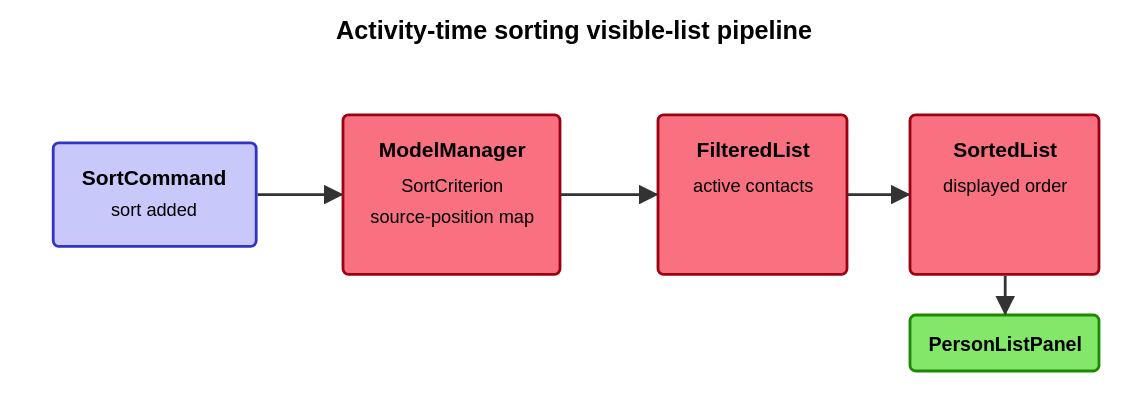
Earlier version of the PlantUML export docs/images/SortPipelineDiagram.svg (AY2627S1-CS2103T-W12-2/tp). Its source is kept beside it as docs/diagrams/SortPipelineDiagram.puml.
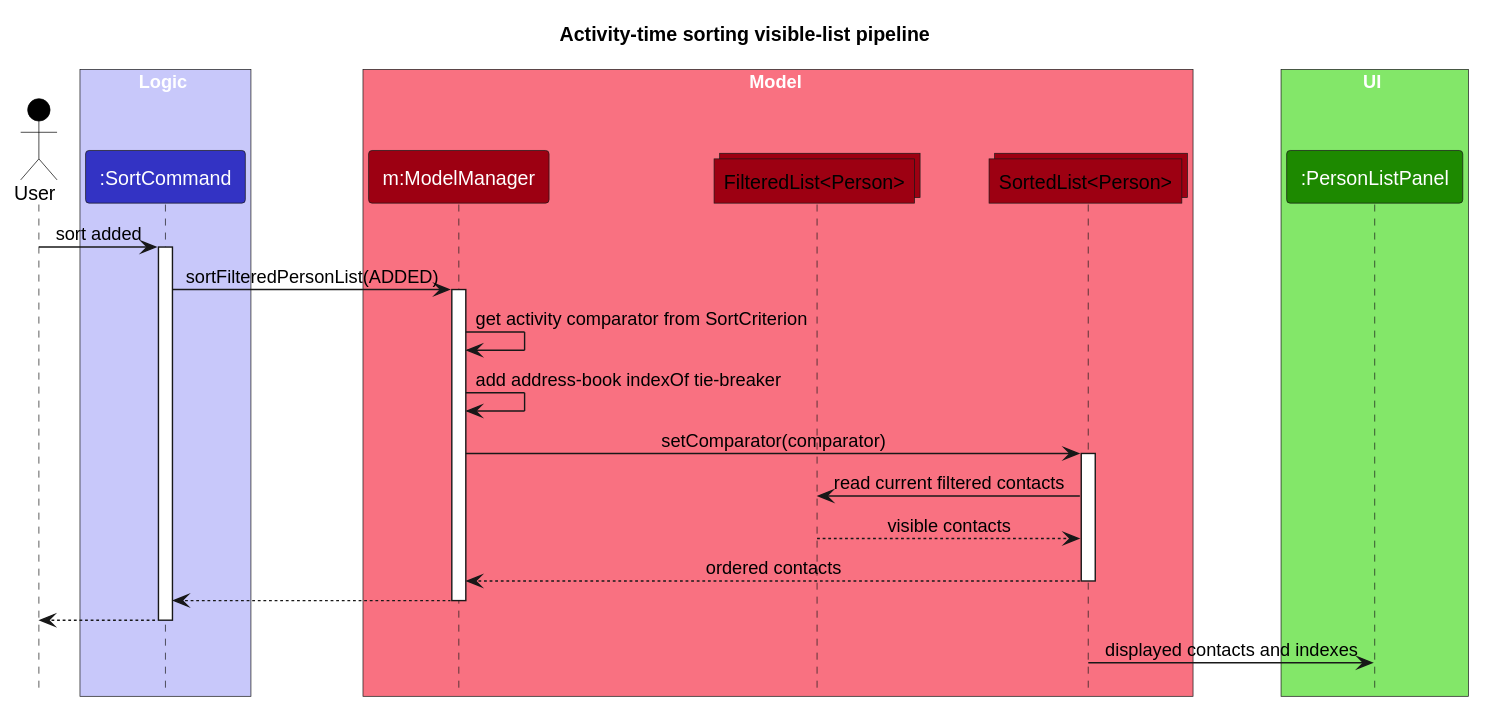
Later version of the same file.

What changed in the source:
```diff
@@ -24,8 +24,9 @@
 activate SortCommand
 SortCommand -> ModelManager : sortFilteredPersonList(ADDED)
 activate ModelManager
-ModelManager -> ModelManager : build source-position map
-ModelManager -> SortedList : setComparator(activity, source position)
+ModelManager -> ModelManager : get activity comparator from SortCriterion
+ModelManager -> ModelManager : add address-book indexOf tie-breaker
+ModelManager -> SortedList : setComparator(comparator)
 activate SortedList
 SortedList -> FilteredList : read current filtered contacts
 FilteredList --> SortedList : visible contacts
```
